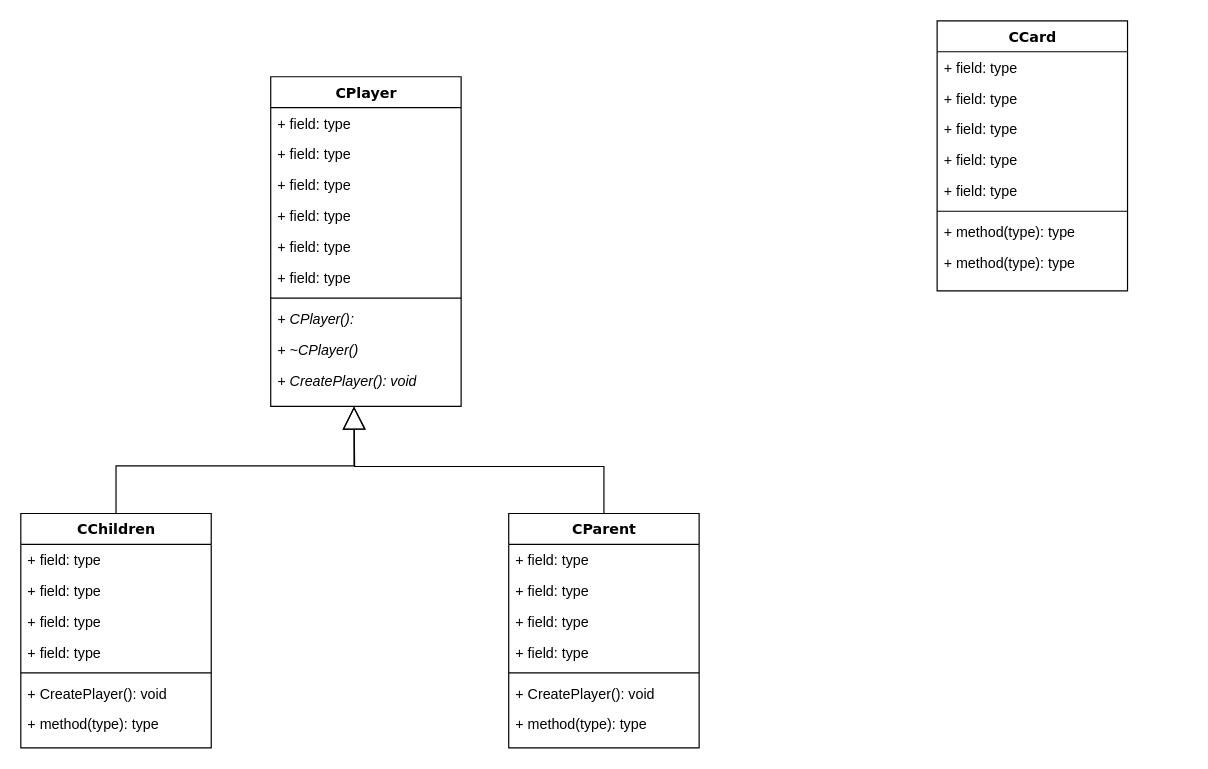
Earlier version of the draw.io diagram SevenBrridgeGame.drawio (shihopiyopiyo/TFGami). Source tidied: cells renumbered, new cells numbered last; positions are measured from the earlier drawing's top-left corner, leaving out a move shared by most shapes. Both pictures are drawn from the tidied source at 119%, with x=0, y=0 at pixel (20, 20).
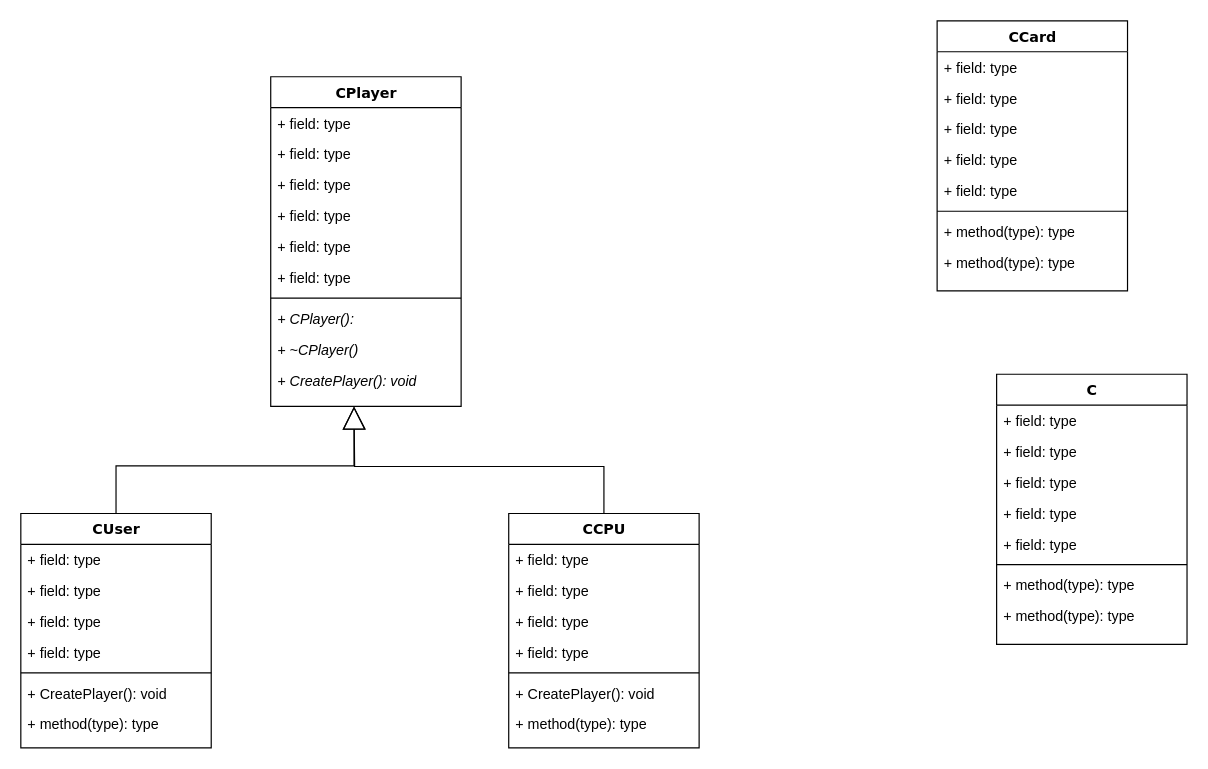
The same diagram, later.

Commit message:
Playerクラスを追加

Diff of the diagram source:
```diff
@@
-    <mxCell id="23" value="CChildren" style="swimlane;html=1;fontStyle=1;align=center;verticalAlign=top;horizontal=1;startSize=26;swimlaneFillColor=#ffffff;rounded=0;shadow=0;comic=0;labelBackgroundColor=none;strokeWidth=1;fillColor=none;fontFamily=Verdana;fontSize=12;" parent="1" vertex="1">
+    <mxCell id="23" value="CUser" style="swimlane;html=1;fontStyle=1;align=center;verticalAlign=top;horizontal=1;startSize=26;swimlaneFillColor=#ffffff;rounded=0;shadow=0;comic=0;labelBackgroundColor=none;strokeWidth=1;fillColor=none;fontFamily=Verdana;fontSize=12;" parent="1" vertex="1">
       <mxGeometry y="414" width="160" height="197" as="geometry" />
     </mxCell>
@@
-    <mxCell id="32" value="CParent" style="swimlane;html=1;fontStyle=1;align=center;verticalAlign=top;horizontal=1;startSize=26;swimlaneFillColor=#ffffff;rounded=0;shadow=0;comic=0;labelBackgroundColor=none;strokeWidth=1;fillColor=none;fontFamily=Verdana;fontSize=12;" parent="1" vertex="1">
+    <mxCell id="32" value="CCPU" style="swimlane;html=1;fontStyle=1;align=center;verticalAlign=top;horizontal=1;startSize=26;swimlaneFillColor=#ffffff;rounded=0;shadow=0;comic=0;labelBackgroundColor=none;strokeWidth=1;fillColor=none;fontFamily=Verdana;fontSize=12;" parent="1" vertex="1">
       <mxGeometry x="410" y="414" width="160" height="197" as="geometry" />
     </mxCell>
@@
+    <mxCell id="40" value="C" style="swimlane;html=1;fontStyle=1;align=center;verticalAlign=top;horizontal=1;startSize=26;swimlaneFillColor=#ffffff;rounded=0;shadow=0;comic=0;labelBackgroundColor=none;strokeWidth=1;fillColor=none;fontFamily=Verdana;fontSize=12;" parent="1" vertex="1">
+      <mxGeometry x="820" y="297" width="160" height="227" as="geometry" />
+    </mxCell>
+    <mxCell id="41" value="+ field: type" style="text;html=1;strokeColor=none;fillColor=none;align=left;verticalAlign=top;spacingLeft=4;spacingRight=4;whiteSpace=wrap;overflow=hidden;" parent="40" vertex="1">
+      <mxGeometry y="26" width="160" height="26" as="geometry" />
+    </mxCell>
+    <mxCell id="42" value="+ field: type" style="text;html=1;strokeColor=none;fillColor=none;align=left;verticalAlign=top;spacingLeft=4;spacingRight=4;whiteSpace=wrap;overflow=hidden;" parent="40" vertex="1">
+      <mxGeometry y="52" width="160" height="26" as="geometry" />
+    </mxCell>
+    <mxCell id="43" value="+ field: type" style="text;html=1;align=left;verticalAlign=top;spacingLeft=4;spacingRight=4;whiteSpace=wrap;overflow=hidden;" parent="40" vertex="1">
+      <mxGeometry y="78" width="160" height="26" as="geometry" />
+    </mxCell>
+    <mxCell id="44" value="+ field: type" style="text;html=1;strokeColor=none;fillColor=none;align=left;verticalAlign=top;spacingLeft=4;spacingRight=4;whiteSpace=wrap;overflow=hidden;" parent="40" vertex="1">
+      <mxGeometry y="104" width="160" height="26" as="geometry" />
+    </mxCell>
+    <mxCell id="45" value="+ field: type" style="text;html=1;strokeColor=none;fillColor=none;align=left;verticalAlign=top;spacingLeft=4;spacingRight=4;whiteSpace=wrap;overflow=hidden;" parent="40" vertex="1">
+      <mxGeometry y="130" width="160" height="26" as="geometry" />
+    </mxCell>
+    <mxCell id="46" style="line;html=1;strokeWidth=1;fillColor=none;align=left;verticalAlign=middle;spacingTop=-1;spacingLeft=3;spacingRight=3;labelPosition=right;" parent="40" vertex="1">
+      <mxGeometry y="156" width="160" height="8" as="geometry" />
+    </mxCell>
+    <mxCell id="47" value="+ method(type): type" style="text;html=1;strokeColor=none;fillColor=none;align=left;verticalAlign=top;spacingLeft=4;spacingRight=4;whiteSpace=wrap;overflow=hidden;" parent="40" vertex="1">
+      <mxGeometry y="164" width="160" height="26" as="geometry" />
+    </mxCell>
+    <mxCell id="48" value="+ method(type): type" style="text;html=1;strokeColor=none;fillColor=none;align=left;verticalAlign=top;spacingLeft=4;spacingRight=4;whiteSpace=wrap;overflow=hidden;" parent="40" vertex="1">
+      <mxGeometry y="190" width="160" height="26" as="geometry" />
+    </mxCell>
```
